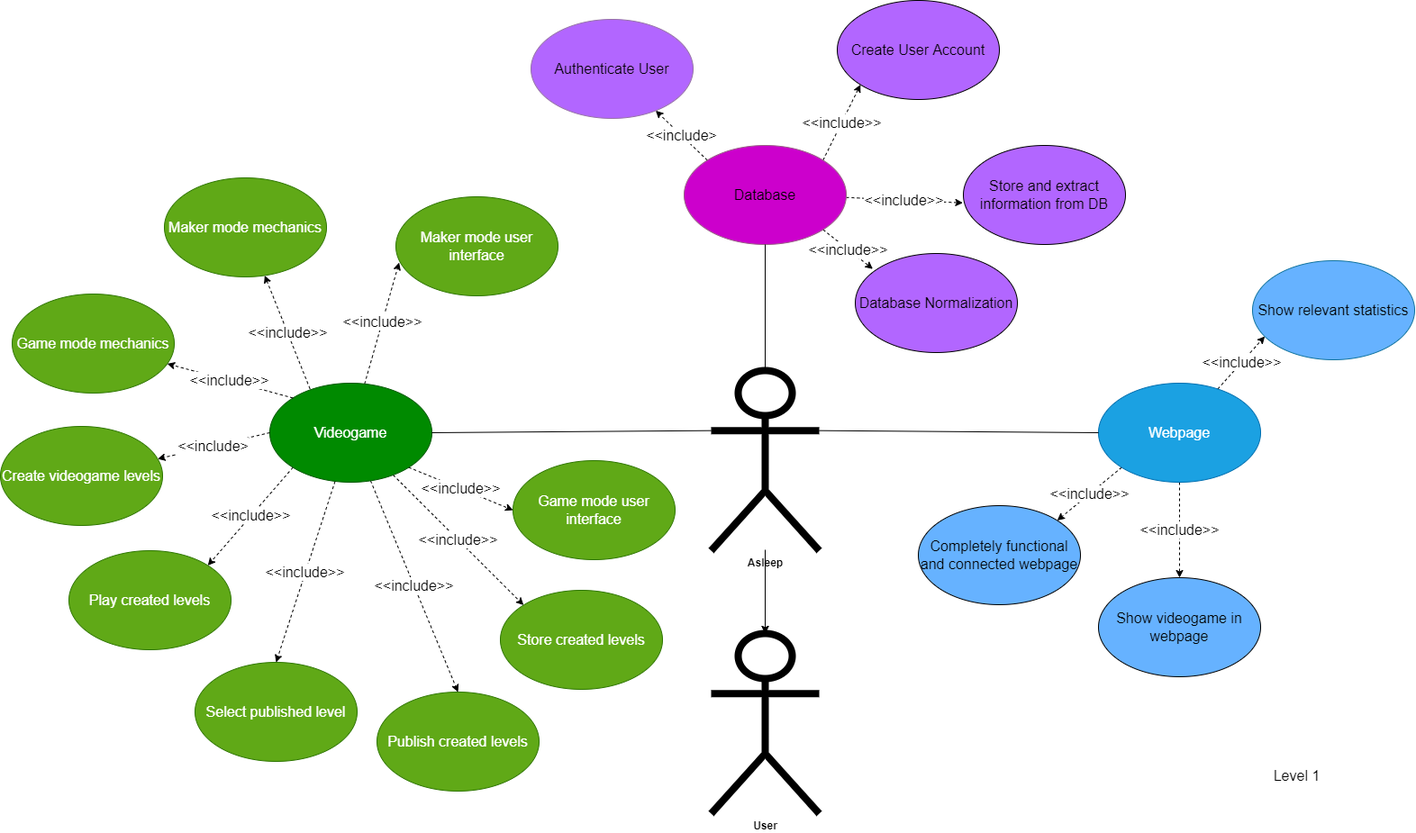
sebasgonvitec/TC2005B_Equipo3 keeps this draw.io diagram as Esp Req/diagramas/CasosUso.drawio.png. Above is the earlier version. Source tidied: cells renumbered, new cells last; positions are measured from the earlier drawing's top-left corner, leaving out a move shared by most shapes.
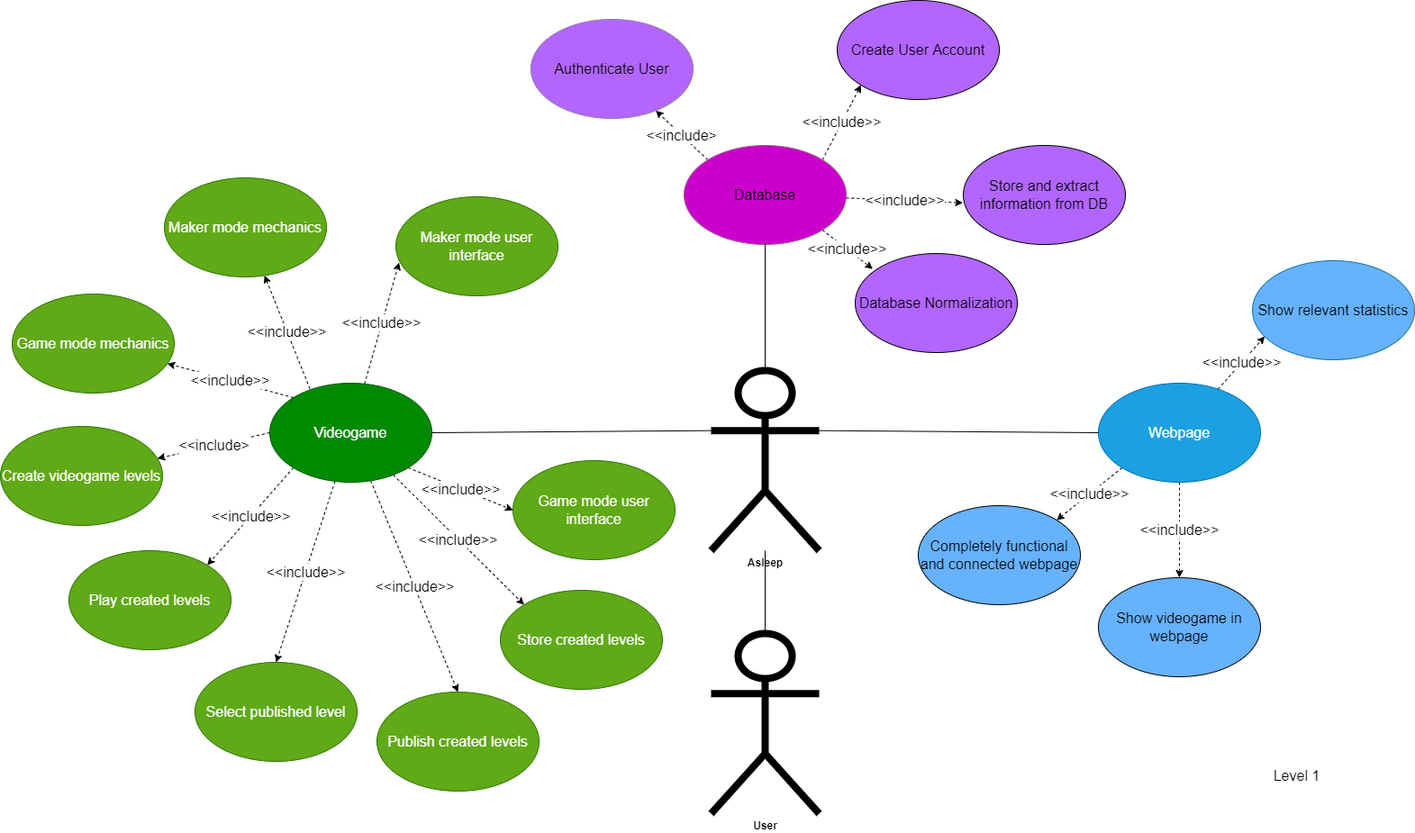
The same diagram one commit later.

Change to the diagram source:
```diff
@@ -2,12 +2,6 @@
   <root>
     <mxCell id="0" />
     <mxCell id="1" parent="0" />
-    <mxCell id="2" style="edgeStyle=none;html=1;" parent="1" edge="1" source="4" target="44">
-      <mxGeometry relative="1" as="geometry" />
-    </mxCell>
-    <mxCell id="3" style="edgeStyle=none;html=1;" parent="1" edge="1" source="4" target="44">
-      <mxGeometry relative="1" as="geometry" />
-    </mxCell>
     <mxCell id="4" value="&lt;b&gt;&lt;font color=&quot;#000000&quot;&gt;Asleep&lt;br&gt;&lt;br&gt;&lt;/font&gt;&lt;/b&gt;" style="shape=umlActor;html=1;verticalLabelPosition=bottom;verticalAlign=top;align=center;strokeWidth=8;strokeColor=#000000;fillColor=#FFFFFF;" parent="1" vertex="1">
       <mxGeometry x="789" y="411" width="120" height="200" as="geometry" />
     </mxCell>
@@ -131,10 +125,8 @@
     <mxCell id="44" value="&lt;font color=&quot;#000000&quot;&gt;&lt;b&gt;User&lt;/b&gt;&lt;/font&gt;" style="shape=umlActor;html=1;verticalLabelPosition=bottom;verticalAlign=top;align=center;strokeWidth=8;strokeColor=#000000;fillColor=#FFFFFF;" parent="1" vertex="1">
       <mxGeometry x="789" y="703" width="120" height="200" as="geometry" />
     </mxCell>
-    <mxCell id="45" style="endArrow=none;html=1;strokeWidth=1;strokeColor=#000000;exitX=0.5;exitY=0;exitDx=0;exitDy=0;exitPerimeter=0;" parent="1" edge="1" source="44">
-      <mxGeometry relative="1" as="geometry">
-        <mxPoint x="849" y="610" as="targetPoint" />
-      </mxGeometry>
+    <mxCell id="45" style="endArrow=none;html=1;entryX=0.5;entryY=0;entryDx=0;entryDy=0;entryPerimeter=0;" parent="1" edge="1" source="4" target="44">
+      <mxGeometry relative="1" as="geometry" />
     </mxCell>
   </root>
 </mxGraphModel>
```
